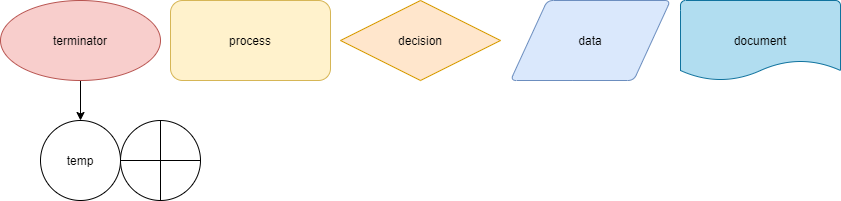
Earlier version of the draw.io export explore/diagramming/diagram.drawio.png (StevenSchaeffer/fa21-cse110-lab4). Source tidied: cells renumbered, new cells last; positions are measured from the earlier drawing's top-left corner, leaving out a move shared by most shapes.
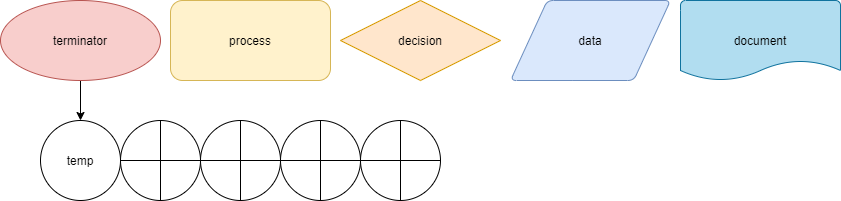
The same file after the commit.

Change to the diagram source:
```diff
@@ -26,5 +26,14 @@
     <mxCell id="9" style="verticalLabelPosition=bottom;verticalAlign=top;html=1;shape=mxgraph.flowchart.summing_function;strokeWidth=1;" parent="1" vertex="1">
       <mxGeometry x="120" y="120" width="80" height="80" as="geometry" />
     </mxCell>
+    <mxCell id="10" style="verticalLabelPosition=bottom;verticalAlign=top;html=1;shape=mxgraph.flowchart.summing_function;strokeWidth=1;" parent="1" vertex="1">
+      <mxGeometry x="200" y="120" width="80" height="80" as="geometry" />
+    </mxCell>
+    <mxCell id="11" style="verticalLabelPosition=bottom;verticalAlign=top;html=1;shape=mxgraph.flowchart.summing_function;strokeWidth=1;" parent="1" vertex="1">
+      <mxGeometry x="280" y="120" width="80" height="80" as="geometry" />
+    </mxCell>
+    <mxCell id="12" style="verticalLabelPosition=bottom;verticalAlign=top;html=1;shape=mxgraph.flowchart.summing_function;strokeWidth=1;" parent="1" vertex="1">
+      <mxGeometry x="360" y="120" width="80" height="80" as="geometry" />
+    </mxCell>
   </root>
 </mxGraphModel>
```
